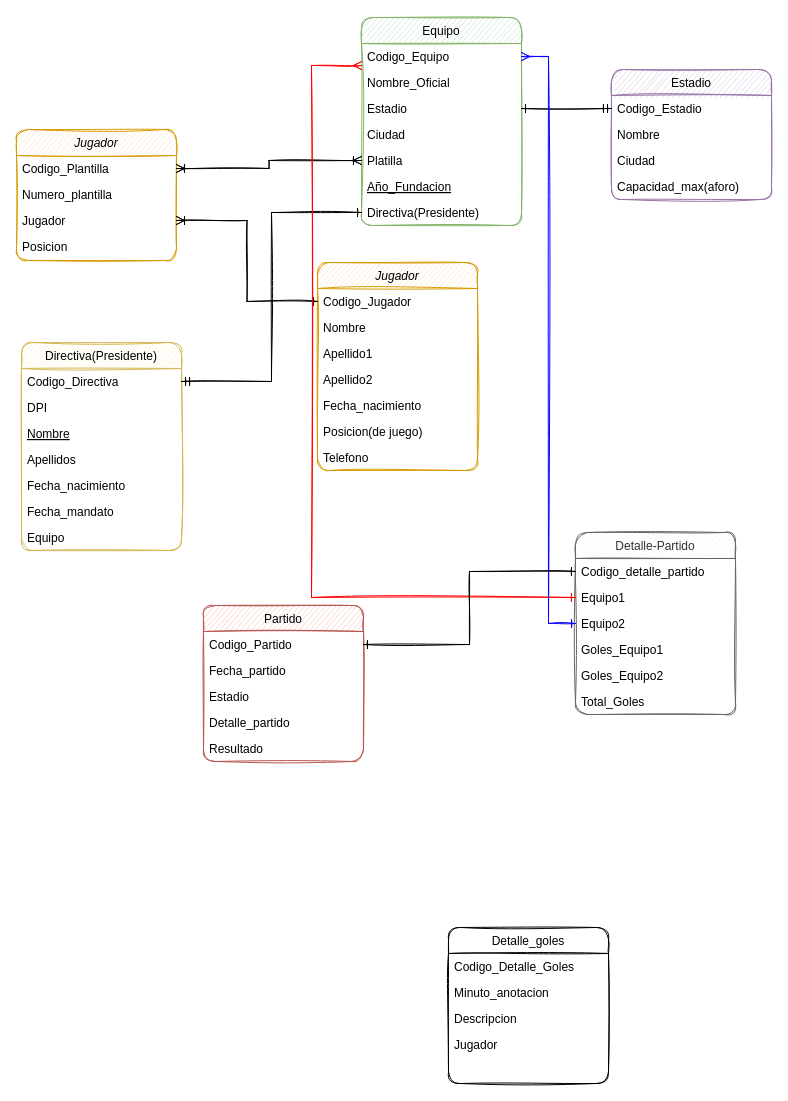
Before: Examen-Analisis-JordyVega_1190-18-9769.drawio in JordyV3/segundo-parcial-analisis, a draw.io diagram. Source tidied: cells renumbered, new cells numbered last; positions are measured from the earlier drawing's top-left corner, leaving out a move shared by most shapes. Both pictures are drawn from the tidied source at 100%, with x=0, y=0 at pixel (16, 17).
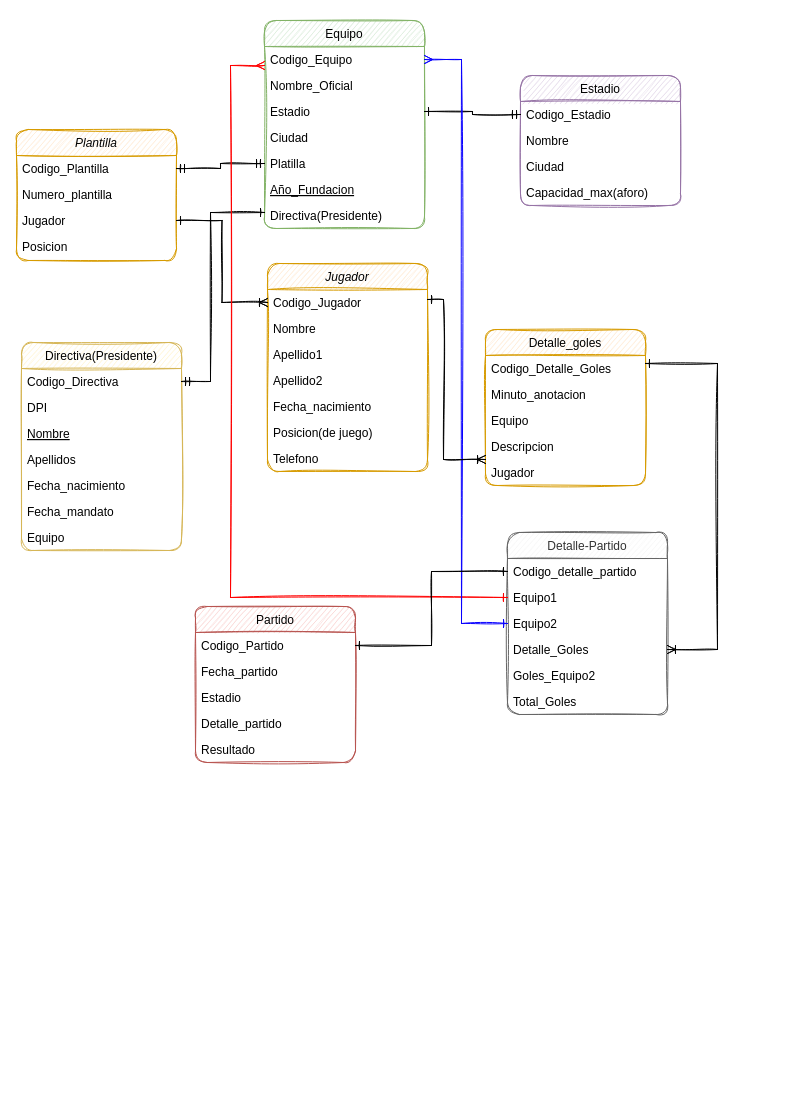
After the change.

The change refers to these unchanged cells:
```xml
<mxCell id="3" value="Codigo_Jugador" style="text;align=left;verticalAlign=top;spacingLeft=4;spacingRight=4;overflow=hidden;points=[[0,0.5],[1,0.5]];portConstraint=eastwest;rounded=1;sketch=1;" parent="2" vertex="1">
  <mxGeometry y="26" width="160" height="26" as="geometry" />
</mxCell>
<mxCell id="11" value="Codigo_Equipo" style="text;align=left;verticalAlign=top;spacingLeft=4;spacingRight=4;overflow=hidden;points=[[0,0.5],[1,0.5]];portConstraint=eastwest;rounded=1;sketch=1;" parent="10" vertex="1">
  <mxGeometry y="26" width="160" height="26" as="geometry" />
</mxCell>
<mxCell id="15" value="Platilla" style="text;align=left;verticalAlign=top;spacingLeft=4;spacingRight=4;overflow=hidden;points=[[0,0.5],[1,0.5]];portConstraint=eastwest;shadow=0;html=0;rounded=1;sketch=1;" parent="10" vertex="1">
  <mxGeometry y="130" width="160" height="26" as="geometry" />
</mxCell>
<mxCell id="17" value="Directiva(Presidente)" style="text;align=left;verticalAlign=top;spacingLeft=4;spacingRight=4;overflow=hidden;points=[[0,0.5],[1,0.5]];portConstraint=eastwest;rounded=1;sketch=1;" parent="10" vertex="1">
  <mxGeometry y="182" width="160" height="26" as="geometry" />
</mxCell>
<mxCell id="30" value="Codigo_Directiva" style="text;align=left;verticalAlign=top;spacingLeft=4;spacingRight=4;overflow=hidden;points=[[0,0.5],[1,0.5]];portConstraint=eastwest;rounded=1;sketch=1;" parent="29" vertex="1">
  <mxGeometry y="26" width="160" height="26" as="geometry" />
</mxCell>
<mxCell id="39" value="Equipo1   &#10;" style="text;align=left;verticalAlign=top;spacingLeft=4;spacingRight=4;overflow=hidden;points=[[0,0.5],[1,0.5]];portConstraint=eastwest;rounded=1;sketch=1;" parent="37" vertex="1">
  <mxGeometry y="52" width="160" height="26" as="geometry" />
</mxCell>
<mxCell id="40" value="Equipo2" style="text;align=left;verticalAlign=top;spacingLeft=4;spacingRight=4;overflow=hidden;points=[[0,0.5],[1,0.5]];portConstraint=eastwest;rounded=1;sketch=1;" parent="37" vertex="1">
  <mxGeometry y="78" width="160" height="26" as="geometry" />
</mxCell>
<mxCell id="45" value="Codigo_Detalle_Goles" style="text;align=left;verticalAlign=top;spacingLeft=4;spacingRight=4;overflow=hidden;points=[[0,0.5],[1,0.5]];portConstraint=eastwest;rounded=1;sketch=1;" parent="44" vertex="1">
  <mxGeometry y="26" width="160" height="26" as="geometry" />
</mxCell>
<mxCell id="50" value="Codigo_Plantilla" style="text;align=left;verticalAlign=top;spacingLeft=4;spacingRight=4;overflow=hidden;points=[[0,0.5],[1,0.5]];portConstraint=eastwest;rounded=1;sketch=1;" parent="49" vertex="1">
  <mxGeometry y="26" width="160" height="26" as="geometry" />
</mxCell>
<mxCell id="52" value="Jugador" style="text;align=left;verticalAlign=top;spacingLeft=4;spacingRight=4;overflow=hidden;points=[[0,0.5],[1,0.5]];portConstraint=eastwest;rounded=1;sketch=1;" parent="49" vertex="1">
  <mxGeometry y="78" width="160" height="26" as="geometry" />
</mxCell>
```

Diff of the diagram source:
```diff
@@
     <mxCell id="2" value="Jugador" style="swimlane;fontStyle=2;align=center;verticalAlign=top;horizontal=1;startSize=26;shadow=0;strokeWidth=1;fillColor=#ffe6cc;strokeColor=#d79b00;rounded=1;sketch=1;" parent="1" vertex="1">
-      <mxGeometry x="301" y="245" width="160" height="208" as="geometry" />
+      <mxGeometry x="251" y="246" width="160" height="208" as="geometry" />
     </mxCell>
@@
     <mxCell id="10" value="Equipo" style="swimlane;fontStyle=0;align=center;verticalAlign=top;horizontal=1;startSize=26;shadow=0;strokeWidth=1;fillColor=#d5e8d4;strokeColor=#82b366;rounded=1;sketch=1;" parent="1" vertex="1">
-      <mxGeometry x="345" width="160" height="208" as="geometry" />
+      <mxGeometry x="248" y="3" width="160" height="208" as="geometry" />
     </mxCell>
@@
     <mxCell id="18" value="Estadio" style="swimlane;fontStyle=0;align=center;verticalAlign=top;horizontal=1;startSize=26;shadow=0;strokeWidth=1;fillColor=#e1d5e7;strokeColor=#9673a6;rounded=1;sketch=1;" parent="1" vertex="1">
-      <mxGeometry x="595" y="52" width="160" height="130" as="geometry" />
+      <mxGeometry x="504" y="58" width="160" height="130" as="geometry" />
     </mxCell>
@@
     <mxCell id="23" value="Partido" style="swimlane;fontStyle=0;align=center;verticalAlign=top;horizontal=1;startSize=26;shadow=0;strokeWidth=1;fillColor=#f8cecc;strokeColor=#b85450;rounded=1;sketch=1;" parent="1" vertex="1">
-      <mxGeometry x="187" y="588" width="160" height="156" as="geometry" />
+      <mxGeometry x="179" y="589" width="160" height="156" as="geometry" />
     </mxCell>
@@
     <mxCell id="37" value="Detalle-Partido" style="swimlane;fontStyle=0;align=center;verticalAlign=top;horizontal=1;startSize=26;shadow=0;strokeWidth=1;fillColor=#f5f5f5;strokeColor=#666666;fontColor=#333333;rounded=1;sketch=1;" parent="1" vertex="1">
-      <mxGeometry x="559" y="515" width="160" height="182" as="geometry" />
+      <mxGeometry x="491" y="515" width="160" height="182" as="geometry" />
     </mxCell>
@@
-    <mxCell id="41" value="Goles_Equipo1" style="text;align=left;verticalAlign=top;spacingLeft=4;spacingRight=4;overflow=hidden;points=[[0,0.5],[1,0.5]];portConstraint=eastwest;rounded=1;sketch=1;" parent="37" vertex="1">
+    <mxCell id="41" value="Detalle_Goles&#10;" style="text;align=left;verticalAlign=top;spacingLeft=4;spacingRight=4;overflow=hidden;points=[[0,0.5],[1,0.5]];portConstraint=eastwest;rounded=1;sketch=1;" parent="37" vertex="1">
       <mxGeometry y="104" width="160" height="26" as="geometry" />
     </mxCell>
@@
-    <mxCell id="44" value="Detalle_goles" style="swimlane;fontStyle=0;align=center;verticalAlign=top;horizontal=1;startSize=26;shadow=0;strokeWidth=1;rounded=1;sketch=1;" parent="1" vertex="1">
-      <mxGeometry x="432" y="910" width="160" height="156" as="geometry" />
+    <mxCell id="44" value="Detalle_goles" style="swimlane;fontStyle=0;align=center;verticalAlign=top;horizontal=1;startSize=26;shadow=0;strokeWidth=1;rounded=1;sketch=1;fillColor=#ffe6cc;strokeColor=#d79b00;" parent="1" vertex="1">
+      <mxGeometry x="469" y="312" width="160" height="156" as="geometry" />
     </mxCell>
@@
+    <mxCell id="61" value="Equipo" style="text;align=left;verticalAlign=top;spacingLeft=4;spacingRight=4;overflow=hidden;shadow=0;html=0;rounded=1;sketch=1;" parent="44" vertex="1">
+      <mxGeometry y="78" width="160" height="26" as="geometry" />
+    </mxCell>
     <mxCell id="47" value="Descripcion" style="text;align=left;verticalAlign=top;spacingLeft=4;spacingRight=4;overflow=hidden;shadow=0;html=0;rounded=1;sketch=1;" parent="44" vertex="1">
-      <mxGeometry y="78" width="160" height="26" as="geometry" />
+      <mxGeometry y="104" width="160" height="26" as="geometry" />
     </mxCell>
     <mxCell id="48" value="Jugador" style="text;align=left;verticalAlign=top;spacingLeft=4;spacingRight=4;overflow=hidden;points=[[0,0.5],[1,0.5]];portConstraint=eastwest;shadow=0;html=0;rounded=1;sketch=1;" parent="44" vertex="1">
-      <mxGeometry y="104" width="160" height="26" as="geometry" />
+      <mxGeometry y="130" width="160" height="26" as="geometry" />
     </mxCell>
-    <mxCell id="49" value="Jugador" style="swimlane;fontStyle=2;align=center;verticalAlign=top;horizontal=1;startSize=26;shadow=0;strokeWidth=1;fillColor=#ffe6cc;strokeColor=#d79b00;rounded=1;sketch=1;" parent="1" vertex="1">
+    <mxCell id="49" value="Plantilla" style="swimlane;fontStyle=2;align=center;verticalAlign=top;horizontal=1;startSize=26;shadow=0;strokeWidth=1;fillColor=#ffe6cc;strokeColor=#d79b00;rounded=1;sketch=1;" parent="1" vertex="1">
       <mxGeometry y="112" width="160" height="131" as="geometry" />
     </mxCell>
@@
-    <mxCell id="54" style="edgeStyle=orthogonalEdgeStyle;rounded=0;sketch=1;jettySize=auto;html=1;endArrow=ERoneToMany;endFill=0;startArrow=ERone;startFill=0;" parent="1" edge="1" source="3" target="52">
+    <mxCell id="54" style="edgeStyle=orthogonalEdgeStyle;rounded=0;sketch=1;jettySize=auto;html=1;endArrow=ERone;endFill=0;startArrow=ERoneToMany;startFill=0;" parent="1" edge="1" source="3" target="52">
       <mxGeometry relative="1" as="geometry" />
     </mxCell>
-    <mxCell id="55" style="edgeStyle=orthogonalEdgeStyle;rounded=0;sketch=1;jettySize=auto;html=1;startArrow=ERoneToMany;startFill=0;endArrow=ERoneToMany;endFill=0;" parent="1" edge="1" source="50" target="15">
+    <mxCell id="55" style="edgeStyle=orthogonalEdgeStyle;rounded=0;sketch=1;jettySize=auto;html=1;startArrow=ERmandOne;startFill=0;endArrow=ERmandOne;endFill=0;" parent="1" edge="1" source="50" target="15">
       <mxGeometry relative="1" as="geometry" />
     </mxCell>
@@
     <mxCell id="57" style="edgeStyle=orthogonalEdgeStyle;rounded=0;sketch=1;jettySize=auto;html=1;exitX=1;exitY=0.5;exitDx=0;exitDy=0;startArrow=ERmandOne;startFill=0;endArrow=ERone;endFill=0;" parent="1" edge="1" source="30" target="17">
-      <mxGeometry relative="1" as="geometry" />
+      <mxGeometry relative="1" as="geometry">
+        <Array as="points">
+          <mxPoint x="194" y="364" />
+          <mxPoint x="194" y="195" />
+        </Array>
+      </mxGeometry>
     </mxCell>
     <mxCell id="58" style="edgeStyle=orthogonalEdgeStyle;rounded=0;sketch=1;jettySize=auto;html=1;startArrow=ERmany;startFill=0;endArrow=ERone;endFill=0;strokeColor=#FF0000;" parent="1" edge="1" source="11" target="39">
       <mxGeometry relative="1" as="geometry">
         <Array as="points">
-          <mxPoint x="295" y="48" />
-          <mxPoint x="295" y="580" />
+          <mxPoint x="214" y="48" />
+          <mxPoint x="214" y="580" />
         </Array>
       </mxGeometry>
     </mxCell>
     <mxCell id="59" style="edgeStyle=orthogonalEdgeStyle;rounded=0;sketch=1;jettySize=auto;html=1;startArrow=ERmany;startFill=0;endArrow=ERone;endFill=0;strokeColor=#0800FF;" parent="1" edge="1" source="11" target="40">
-      <mxGeometry relative="1" as="geometry" />
+      <mxGeometry relative="1" as="geometry">
+        <Array as="points">
+          <mxPoint x="445" y="42" />
+          <mxPoint x="445" y="606" />
+        </Array>
+      </mxGeometry>
     </mxCell>
@@
+    <mxCell id="62" style="edgeStyle=orthogonalEdgeStyle;rounded=0;sketch=1;jettySize=auto;html=1;startArrow=ERone;startFill=0;endArrow=ERoneToMany;endFill=0;strokeColor=#000000;" parent="1" edge="1" source="3" target="48">
+      <mxGeometry relative="1" as="geometry">
+        <Array as="points">
+          <mxPoint x="427" y="282" />
+          <mxPoint x="427" y="442" />
+        </Array>
+      </mxGeometry>
+    </mxCell>
+    <mxCell id="63" style="edgeStyle=orthogonalEdgeStyle;rounded=0;sketch=1;jettySize=auto;html=1;startArrow=ERone;startFill=0;endArrow=ERoneToMany;endFill=0;strokeColor=#000000;" parent="1" edge="1" source="45" target="41">
+      <mxGeometry relative="1" as="geometry">
+        <Array as="points">
+          <mxPoint x="701" y="346" />
+          <mxPoint x="701" y="632" />
+        </Array>
+      </mxGeometry>
+    </mxCell>
```
